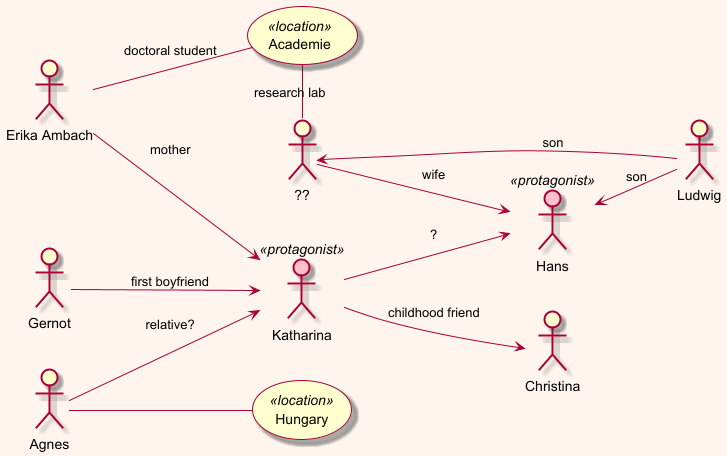
The PlantUML diagram Kairos/kairos.png in olek3/reading, before a commit.
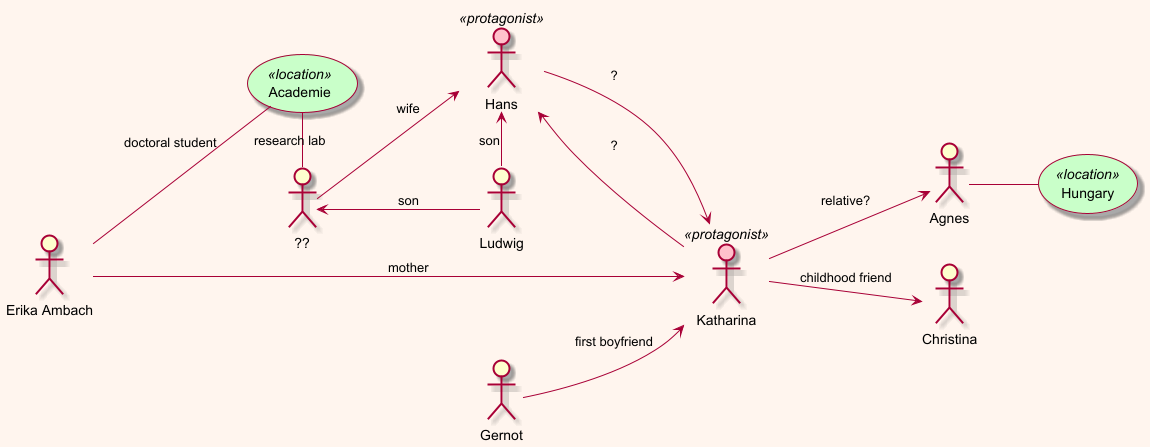
The same file after the commit.

Commit message:
some cosmetic rearrangement

Change to the diagram source:
```diff
@@ -10,6 +10,7 @@
 actor Hans as hans <<protagonist>>
 
 kat --> hans : ?
+hans --> kat : ?
 
 
 
@@ -29,7 +30,7 @@
 
 :Ludwig: as ludwig
 
-hans <-- ludwig  : son
+hans <- ludwig  : son
 wife <-- ludwig  : son
 
 :Gernot: --> kat : first boyfriend
@@ -38,7 +39,7 @@
 
 :Agnes: -- hun
 
-:Agnes: --> kat : relative?
+kat --> :Agnes: : relative?
 
 kat --> :Christina: : childhood friend
 
```
